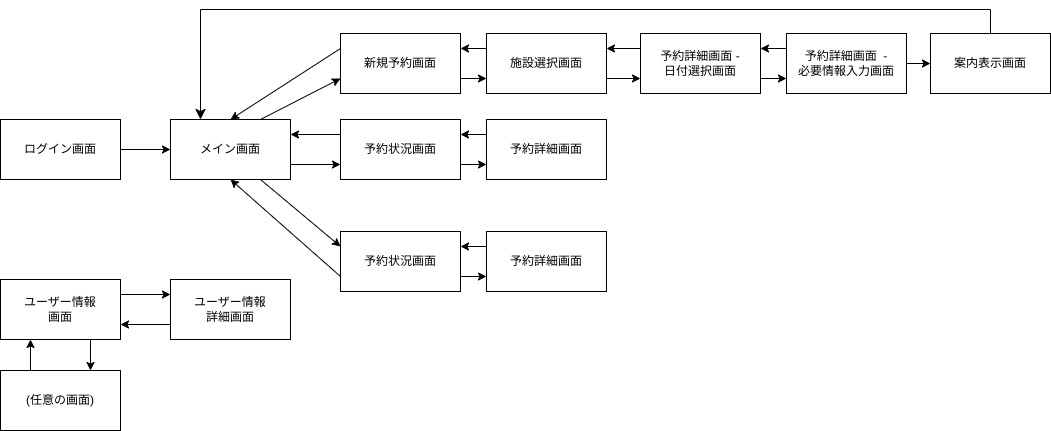
Earlier version of the draw.io export docs/flow.drawio.png (of3jlmssoo/flutterReservation). Source tidied: cells renumbered, new cells last; positions are measured from the earlier drawing's top-left corner, leaving out a move shared by most shapes. Its diagram source:
```xml
<mxGraphModel>
  <root>
    <mxCell id="0" />
    <mxCell id="1" parent="0" />
    <mxCell id="2" value="ログイン画面" style="rounded=0;whiteSpace=wrap;html=1;" parent="1" vertex="1">
      <mxGeometry y="110" width="120" height="60" as="geometry" />
    </mxCell>
    <mxCell id="3" value="メイン画面" style="rounded=0;whiteSpace=wrap;html=1;" parent="1" vertex="1">
      <mxGeometry x="170" y="110" width="120" height="60" as="geometry" />
    </mxCell>
    <mxCell id="4" value="予約状況画面" style="rounded=0;whiteSpace=wrap;html=1;" parent="1" vertex="1">
      <mxGeometry x="340" y="110" width="120" height="60" as="geometry" />
    </mxCell>
    <mxCell id="5" style="endArrow=classic;html=1;exitX=1;exitY=0.75;exitDx=0;exitDy=0;entryX=0;entryY=0.75;entryDx=0;entryDy=0;" parent="1" edge="1" source="3" target="4">
      <mxGeometry relative="1" as="geometry" />
    </mxCell>
    <mxCell id="6" style="endArrow=classic;html=1;exitX=0;exitY=0.25;exitDx=0;exitDy=0;entryX=1;entryY=0.25;entryDx=0;entryDy=0;" parent="1" edge="1" source="4" target="3">
      <mxGeometry relative="1" as="geometry" />
    </mxCell>
    <mxCell id="7" value="予約詳細画面" style="rounded=0;whiteSpace=wrap;html=1;" parent="1" vertex="1">
      <mxGeometry x="486" y="110" width="120" height="60" as="geometry" />
    </mxCell>
    <mxCell id="8" style="endArrow=classic;html=1;exitX=0;exitY=0.25;exitDx=0;exitDy=0;entryX=1;entryY=0.25;entryDx=0;entryDy=0;" parent="1" edge="1" source="7" target="4">
      <mxGeometry relative="1" as="geometry" />
    </mxCell>
    <mxCell id="9" style="endArrow=classic;html=1;entryX=0;entryY=0.75;entryDx=0;entryDy=0;exitX=1;exitY=0.75;exitDx=0;exitDy=0;" parent="1" edge="1" source="4" target="7">
      <mxGeometry relative="1" as="geometry" />
    </mxCell>
    <mxCell id="10" style="endArrow=classic;html=1;exitX=1;exitY=0.5;exitDx=0;exitDy=0;entryX=0;entryY=0.5;entryDx=0;entryDy=0;" parent="1" edge="1" source="2" target="3">
      <mxGeometry relative="1" as="geometry" />
    </mxCell>
    <mxCell id="11" value="新規予約画面" style="rounded=0;whiteSpace=wrap;html=1;" parent="1" vertex="1">
      <mxGeometry x="340" y="24" width="120" height="60" as="geometry" />
    </mxCell>
    <mxCell id="12" value="施設選択画面" style="rounded=0;whiteSpace=wrap;html=1;" parent="1" vertex="1">
      <mxGeometry x="486" y="24" width="120" height="60" as="geometry" />
    </mxCell>
    <mxCell id="13" style="endArrow=classic;html=1;exitX=0;exitY=0.25;exitDx=0;exitDy=0;entryX=1;entryY=0.25;entryDx=0;entryDy=0;" parent="1" edge="1" source="12" target="11">
      <mxGeometry relative="1" as="geometry" />
    </mxCell>
    <mxCell id="14" style="endArrow=classic;html=1;entryX=0;entryY=0.75;entryDx=0;entryDy=0;exitX=1;exitY=0.75;exitDx=0;exitDy=0;" parent="1" edge="1" source="11" target="12">
      <mxGeometry relative="1" as="geometry" />
    </mxCell>
    <mxCell id="15" value="予約詳細画面 -&lt;br&gt;日付選択画面" style="rounded=0;whiteSpace=wrap;html=1;" parent="1" vertex="1">
      <mxGeometry x="640" y="24" width="120" height="60" as="geometry" />
    </mxCell>
    <mxCell id="16" value="予約詳細画面&amp;nbsp; -&lt;br&gt;必要情報入力画面" style="rounded=0;whiteSpace=wrap;html=1;" parent="1" vertex="1">
      <mxGeometry x="786" y="24" width="120" height="60" as="geometry" />
    </mxCell>
    <mxCell id="17" style="endArrow=classic;html=1;entryX=0;entryY=0.75;entryDx=0;entryDy=0;exitX=1;exitY=0.75;exitDx=0;exitDy=0;" parent="1" edge="1" source="15" target="16">
      <mxGeometry relative="1" as="geometry" />
    </mxCell>
    <mxCell id="18" value="案内表示画面" style="rounded=0;whiteSpace=wrap;html=1;" parent="1" vertex="1">
      <mxGeometry x="930" y="24" width="120" height="60" as="geometry" />
    </mxCell>
    <mxCell id="19" style="endArrow=classic;html=1;entryX=0;entryY=0.5;entryDx=0;entryDy=0;exitX=1;exitY=0.5;exitDx=0;exitDy=0;" parent="1" edge="1" source="16" target="18">
      <mxGeometry relative="1" as="geometry" />
    </mxCell>
    <mxCell id="20" style="endArrow=classic;html=1;entryX=1;entryY=0.25;entryDx=0;entryDy=0;exitX=0;exitY=0.25;exitDx=0;exitDy=0;" parent="1" edge="1" source="15" target="12">
      <mxGeometry relative="1" as="geometry" />
    </mxCell>
    <mxCell id="21" style="endArrow=classic;html=1;entryX=0;entryY=0.75;entryDx=0;entryDy=0;exitX=1;exitY=0.75;exitDx=0;exitDy=0;" parent="1" edge="1" source="12" target="15">
      <mxGeometry relative="1" as="geometry" />
    </mxCell>
    <mxCell id="22" style="endArrow=classic;html=1;exitX=0.75;exitY=0;exitDx=0;exitDy=0;entryX=0;entryY=0.75;entryDx=0;entryDy=0;" parent="1" edge="1" source="3" target="11">
      <mxGeometry relative="1" as="geometry" />
    </mxCell>
    <mxCell id="23" value="予約状況画面" style="rounded=0;whiteSpace=wrap;html=1;" parent="1" vertex="1">
      <mxGeometry x="340" y="222" width="120" height="60" as="geometry" />
    </mxCell>
    <mxCell id="24" value="予約詳細画面" style="rounded=0;whiteSpace=wrap;html=1;" parent="1" vertex="1">
      <mxGeometry x="486" y="222" width="120" height="60" as="geometry" />
    </mxCell>
    <mxCell id="25" style="endArrow=classic;html=1;exitX=0;exitY=0.25;exitDx=0;exitDy=0;entryX=1;entryY=0.25;entryDx=0;entryDy=0;" parent="1" edge="1" source="24" target="23">
      <mxGeometry relative="1" as="geometry" />
    </mxCell>
    <mxCell id="26" style="endArrow=classic;html=1;entryX=0;entryY=0.75;entryDx=0;entryDy=0;" parent="1" edge="1" target="24">
      <mxGeometry relative="1" as="geometry">
        <mxPoint x="460" y="267" as="sourcePoint" />
      </mxGeometry>
    </mxCell>
    <mxCell id="27" style="endArrow=classic;html=1;entryX=1;entryY=0.25;entryDx=0;entryDy=0;exitX=0;exitY=0.25;exitDx=0;exitDy=0;" parent="1" edge="1" source="16" target="15">
      <mxGeometry relative="1" as="geometry" />
    </mxCell>
    <mxCell id="28" style="endArrow=classic;html=1;exitX=0.75;exitY=1;exitDx=0;exitDy=0;entryX=0;entryY=0.25;entryDx=0;entryDy=0;" parent="1" edge="1" source="3" target="23">
      <mxGeometry relative="1" as="geometry" />
    </mxCell>
    <mxCell id="29" value="ユーザー情報&lt;br&gt;画面" style="rounded=0;whiteSpace=wrap;html=1;" parent="1" vertex="1">
      <mxGeometry y="270" width="120" height="60" as="geometry" />
    </mxCell>
    <mxCell id="30" value="ユーザー情報&lt;br&gt;詳細画面" style="rounded=0;whiteSpace=wrap;html=1;" parent="1" vertex="1">
      <mxGeometry x="170" y="270" width="120" height="60" as="geometry" />
    </mxCell>
    <mxCell id="31" style="endArrow=classic;html=1;exitX=1;exitY=0.25;exitDx=0;exitDy=0;entryX=0;entryY=0.25;entryDx=0;entryDy=0;" parent="1" edge="1" source="29" target="30">
      <mxGeometry relative="1" as="geometry" />
    </mxCell>
    <mxCell id="32" style="endArrow=classic;html=1;exitX=0;exitY=0.75;exitDx=0;exitDy=0;entryX=1;entryY=0.75;entryDx=0;entryDy=0;" parent="1" edge="1" source="30" target="29">
      <mxGeometry relative="1" as="geometry" />
    </mxCell>
    <mxCell id="33" style="endArrow=classic;html=1;entryX=0.25;entryY=1;entryDx=0;entryDy=0;exitX=0.25;exitY=0;exitDx=0;exitDy=0;" parent="1" edge="1" target="29">
      <mxGeometry relative="1" as="geometry">
        <mxPoint x="30" y="371" as="sourcePoint" />
      </mxGeometry>
    </mxCell>
    <mxCell id="34" value="(任意の画面)" style="rounded=0;whiteSpace=wrap;html=1;" parent="1" vertex="1">
      <mxGeometry y="361" width="120" height="60" as="geometry" />
    </mxCell>
    <mxCell id="35" style="endArrow=classic;html=1;exitX=0.75;exitY=1;exitDx=0;exitDy=0;entryX=0.75;entryY=0;entryDx=0;entryDy=0;" parent="1" edge="1" source="29" target="34">
      <mxGeometry relative="1" as="geometry" />
    </mxCell>
    <mxCell id="36" style="edgeStyle=elbowEdgeStyle;elbow=horizontal;endArrow=classic;html=1;curved=0;rounded=0;endSize=8;startSize=8;exitX=0.5;exitY=0;exitDx=0;exitDy=0;entryX=0.25;entryY=0;entryDx=0;entryDy=0;" parent="1" edge="1" source="18" target="3">
      <mxGeometry relative="1" as="geometry">
        <Array as="points">
          <mxPoint x="370" />
        </Array>
      </mxGeometry>
    </mxCell>
    <mxCell id="37" style="endArrow=classic;html=1;exitX=0;exitY=0.25;exitDx=0;exitDy=0;entryX=0.5;entryY=0;entryDx=0;entryDy=0;" parent="1" edge="1" source="11" target="3">
      <mxGeometry relative="1" as="geometry" />
    </mxCell>
    <mxCell id="38" style="endArrow=classic;html=1;exitX=0;exitY=0.75;exitDx=0;exitDy=0;entryX=0.5;entryY=1;entryDx=0;entryDy=0;" parent="1" edge="1" source="23" target="3">
      <mxGeometry relative="1" as="geometry" />
    </mxCell>
  </root>
</mxGraphModel>
```
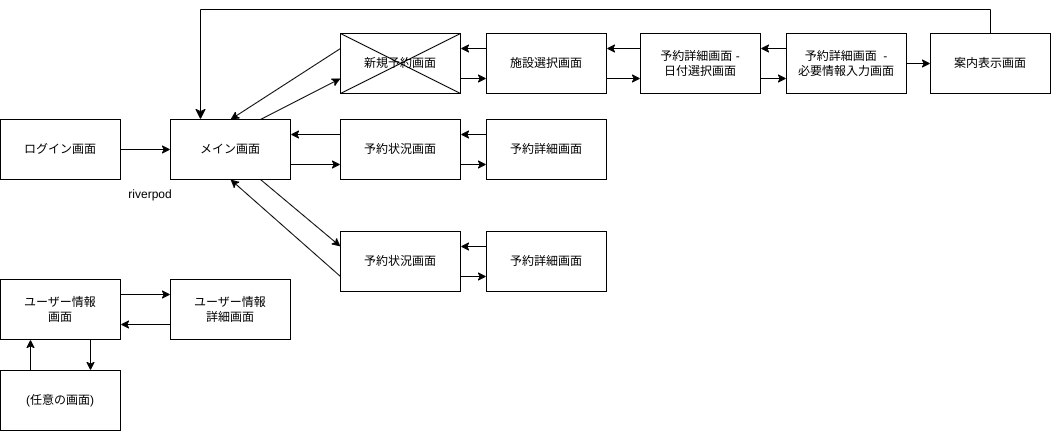
After the change.

What changed in the source:
```diff
@@ -121,5 +121,14 @@
     <mxCell id="38" style="endArrow=classic;html=1;exitX=0;exitY=0.75;exitDx=0;exitDy=0;entryX=0.5;entryY=1;entryDx=0;entryDy=0;" parent="1" edge="1" source="23" target="3">
       <mxGeometry relative="1" as="geometry" />
     </mxCell>
+    <mxCell id="39" value="riverpod" style="text;html=1;strokeColor=none;fillColor=none;align=center;verticalAlign=middle;whiteSpace=wrap;rounded=0;" parent="1" vertex="1">
+      <mxGeometry x="120" y="170" width="60" height="30" as="geometry" />
+    </mxCell>
+    <mxCell id="40" style="endArrow=none;html=1;exitX=0;exitY=1;exitDx=0;exitDy=0;entryX=1;entryY=0;entryDx=0;entryDy=0;" parent="1" edge="1" source="11" target="11">
+      <mxGeometry relative="1" as="geometry" />
+    </mxCell>
+    <mxCell id="41" style="endArrow=none;html=1;exitX=0;exitY=0;exitDx=0;exitDy=0;entryX=1;entryY=1;entryDx=0;entryDy=0;" parent="1" edge="1" source="11" target="11">
+      <mxGeometry relative="1" as="geometry" />
+    </mxCell>
   </root>
 </mxGraphModel>
```
